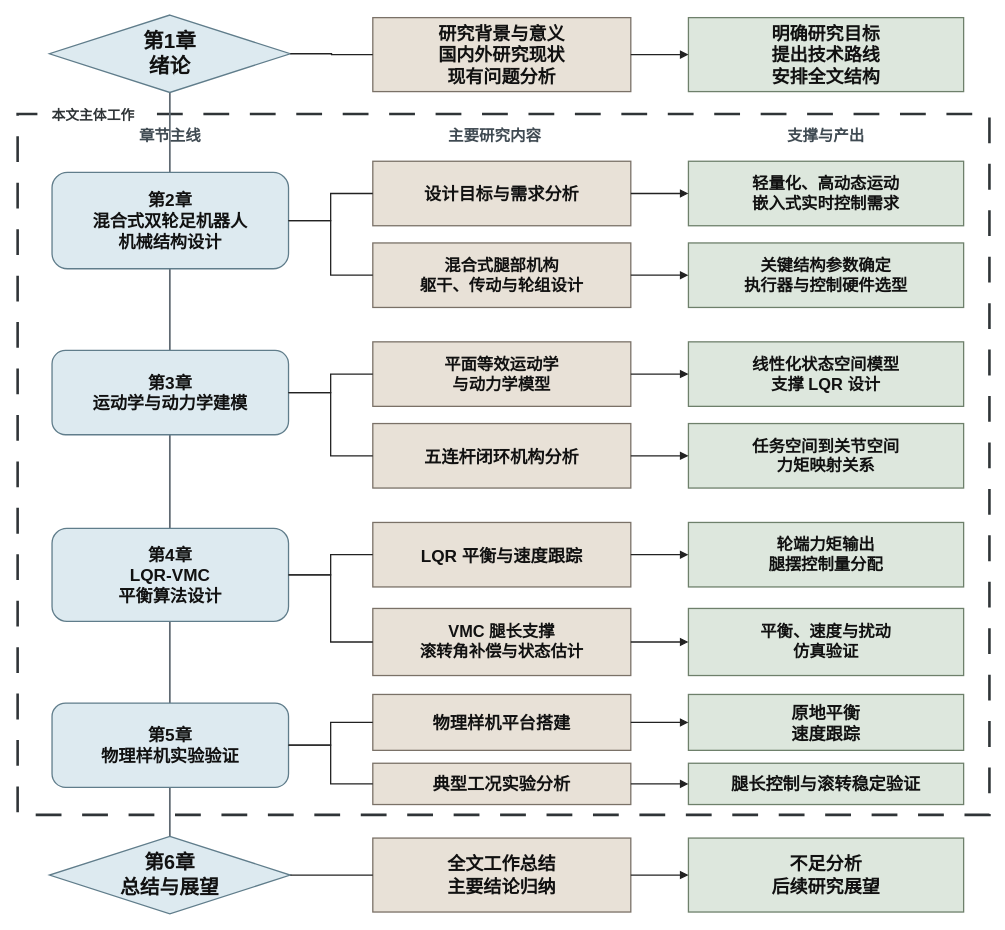
The draw.io diagram drawio/ch01_research_architecture.drawio in konichan-7/TongjiThesis, before the edit. Source tidied: cells renumbered, new cells numbered last; positions are measured from the earlier drawing's top-left corner, leaving out a move shared by most shapes. Both pictures are drawn from the tidied source at 86%, with x=0, y=0 at pixel (17, 15).
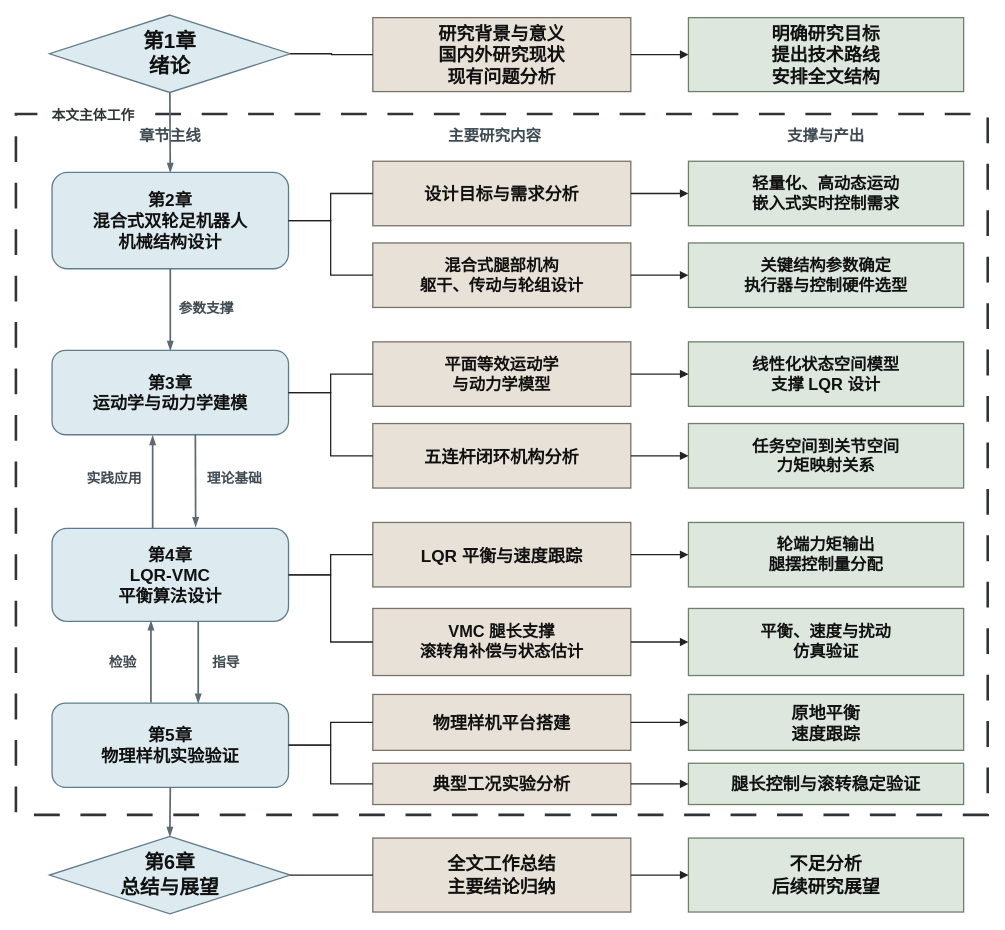
After the change.

The change refers to these unchanged cells:
```xml
<mxCell id="12" value="第2章&lt;br&gt;混合式双轮足机器人&lt;br&gt;机械结构设计" style="rounded=1;whiteSpace=wrap;html=1;arcSize=16;strokeColor=#607D8B;fillColor=#DDEAF0;strokeWidth=1.5;fontFamily=SimSun;fontSize=20;fontStyle=1;fontColor=#111111;spacing=8;" parent="1" vertex="1">
  <mxGeometry x="40" y="183" width="275" height="112" as="geometry" />
</mxCell>
<mxCell id="13" value="第3章&lt;br&gt;运动学与动力学建模" style="rounded=1;whiteSpace=wrap;html=1;arcSize=16;strokeColor=#607D8B;fillColor=#DDEAF0;strokeWidth=1.5;fontFamily=SimSun;fontSize=20;fontStyle=1;fontColor=#111111;spacing=8;" parent="1" vertex="1">
  <mxGeometry x="40" y="390" width="275" height="98" as="geometry" />
</mxCell>
<mxCell id="15" value="第5章&lt;br&gt;物理样机实验验证" style="rounded=1;whiteSpace=wrap;html=1;arcSize=16;strokeColor=#607D8B;fillColor=#DDEAF0;strokeWidth=1.5;fontFamily=SimSun;fontSize=20;fontStyle=1;fontColor=#111111;spacing=8;" parent="1" vertex="1">
  <mxGeometry x="40" y="800" width="275" height="98" as="geometry" />
</mxCell>
<mxCell id="32" value="第6章&lt;br&gt;总结与展望" style="rhombus;whiteSpace=wrap;html=1;strokeColor=#607D8B;fillColor=#DDEAF0;strokeWidth=1.5;fontFamily=SimSun;fontSize=23;fontStyle=1;fontColor=#111111;" parent="1" vertex="1">
  <mxGeometry x="37" y="955" width="280" height="90" as="geometry" />
</mxCell>
```

The edit, as a diff of the source:
```diff
@@
     <mxCell id="2" style="rounded=0;whiteSpace=wrap;html=1;fillColor=none;strokeColor=#2F3437;strokeWidth=3;dashed=1;dashPattern=10 8;" parent="1" vertex="1">
-      <mxGeometry y="115" width="1130" height="815" as="geometry" />
+      <mxGeometry x="-2" y="115" width="1130" height="815" as="geometry" />
     </mxCell>
-    <mxCell id="3" style="endArrow=none;html=1;rounded=0;strokeColor=#5F6972;strokeWidth=2;" parent="1" edge="1">
+    <mxCell id="3" style="endArrow=blockThin;html=1;rounded=0;strokeColor=#5F6972;strokeWidth=2;entryX=0.5;entryY=0;entryDx=0;entryDy=0;endFill=1;" parent="1" edge="1" target="12">
       <mxGeometry relative="1" as="geometry">
         <mxPoint x="177" y="90" as="sourcePoint" />
-        <mxPoint x="177" y="955" as="targetPoint" />
       </mxGeometry>
     </mxCell>
@@
+    <mxCell id="54" style="endArrow=blockThin;html=1;rounded=0;strokeColor=#5F6972;strokeWidth=2;entryX=0.5;entryY=0;entryDx=0;entryDy=0;endFill=1;exitX=0.5;exitY=1;exitDx=0;exitDy=0;" parent="1" edge="1" source="12" target="13">
+      <mxGeometry relative="1" as="geometry" />
+    </mxCell>
+    <mxCell id="55" value="参数支撑" style="text;html=1;strokeColor=none;fillColor=none;align=center;verticalAlign=middle;whiteSpace=wrap;rounded=0;fontFamily=SimSun;fontSize=16;fontStyle=1;fontColor=#3F4A52;" parent="1" vertex="1">
+      <mxGeometry x="122" y="325" width="195" height="32" as="geometry" />
+    </mxCell>
+    <mxCell id="56" style="endArrow=blockThin;html=1;rounded=0;strokeColor=#5F6972;strokeWidth=2;endFill=1;exitX=0.606;exitY=0.997;exitDx=0;exitDy=0;exitPerimeter=0;startSize=6;endSize=6;" parent="1" edge="1" source="13">
+      <mxGeometry relative="1" as="geometry">
+        <mxPoint x="207" y="595" as="targetPoint" />
+      </mxGeometry>
+    </mxCell>
+    <mxCell id="57" value="理论基础" style="text;html=1;strokeColor=none;fillColor=none;align=center;verticalAlign=middle;whiteSpace=wrap;rounded=0;fontFamily=SimSun;fontSize=16;fontStyle=1;fontColor=#3F4A52;" parent="1" vertex="1">
+      <mxGeometry x="155" y="523" width="195" height="32" as="geometry" />
+    </mxCell>
+    <mxCell id="58" style="endArrow=none;html=1;rounded=0;strokeColor=#5F6972;strokeWidth=2;endFill=0;startArrow=blockThin;startFill=1;" parent="1" edge="1">
+      <mxGeometry relative="1" as="geometry">
+        <mxPoint x="157" y="489" as="sourcePoint" />
+        <mxPoint x="157" y="597" as="targetPoint" />
+      </mxGeometry>
+    </mxCell>
+    <mxCell id="59" value="实践应用" style="text;html=1;strokeColor=none;fillColor=none;align=center;verticalAlign=middle;whiteSpace=wrap;rounded=0;fontFamily=SimSun;fontSize=16;fontStyle=1;fontColor=#3F4A52;" parent="1" vertex="1">
+      <mxGeometry x="15" y="523" width="195" height="32" as="geometry" />
+    </mxCell>
+    <mxCell id="60" style="endArrow=blockThin;html=1;rounded=0;strokeColor=#5F6972;strokeWidth=2;endFill=1;exitX=0.5;exitY=1;exitDx=0;exitDy=0;startSize=6;endSize=6;entryX=0.5;entryY=0;entryDx=0;entryDy=0;" parent="1" edge="1">
+      <mxGeometry relative="1" as="geometry">
+        <mxPoint x="210" y="705" as="sourcePoint" />
+        <mxPoint x="210" y="800" as="targetPoint" />
+      </mxGeometry>
+    </mxCell>
+    <mxCell id="61" value="指导" style="text;html=1;strokeColor=none;fillColor=none;align=center;verticalAlign=middle;whiteSpace=wrap;rounded=0;fontFamily=SimSun;fontSize=16;fontStyle=1;fontColor=#3F4A52;" parent="1" vertex="1">
+      <mxGeometry x="145" y="736" width="195" height="32" as="geometry" />
+    </mxCell>
+    <mxCell id="62" style="endArrow=blockThin;html=1;rounded=0;strokeColor=#5F6972;strokeWidth=2;endFill=1;exitX=0.5;exitY=1;exitDx=0;exitDy=0;startSize=6;endSize=6;entryX=0.5;entryY=0;entryDx=0;entryDy=0;" parent="1" edge="1" source="15" target="32">
+      <mxGeometry relative="1" as="geometry" />
+    </mxCell>
+    <mxCell id="63" style="endArrow=none;html=1;rounded=0;strokeColor=#5F6972;strokeWidth=2;endFill=0;exitX=0.5;exitY=1;exitDx=0;exitDy=0;startSize=6;endSize=6;entryX=0.5;entryY=0;entryDx=0;entryDy=0;startArrow=blockThin;startFill=1;" parent="1" edge="1">
+      <mxGeometry relative="1" as="geometry">
+        <mxPoint x="155" y="704.5" as="sourcePoint" />
+        <mxPoint x="155" y="799.5" as="targetPoint" />
+      </mxGeometry>
+    </mxCell>
+    <mxCell id="64" value="检验" style="text;html=1;strokeColor=none;fillColor=none;align=center;verticalAlign=middle;whiteSpace=wrap;rounded=0;fontFamily=SimSun;fontSize=16;fontStyle=1;fontColor=#3F4A52;" parent="1" vertex="1">
+      <mxGeometry x="25" y="736" width="195" height="32" as="geometry" />
+    </mxCell>
```
